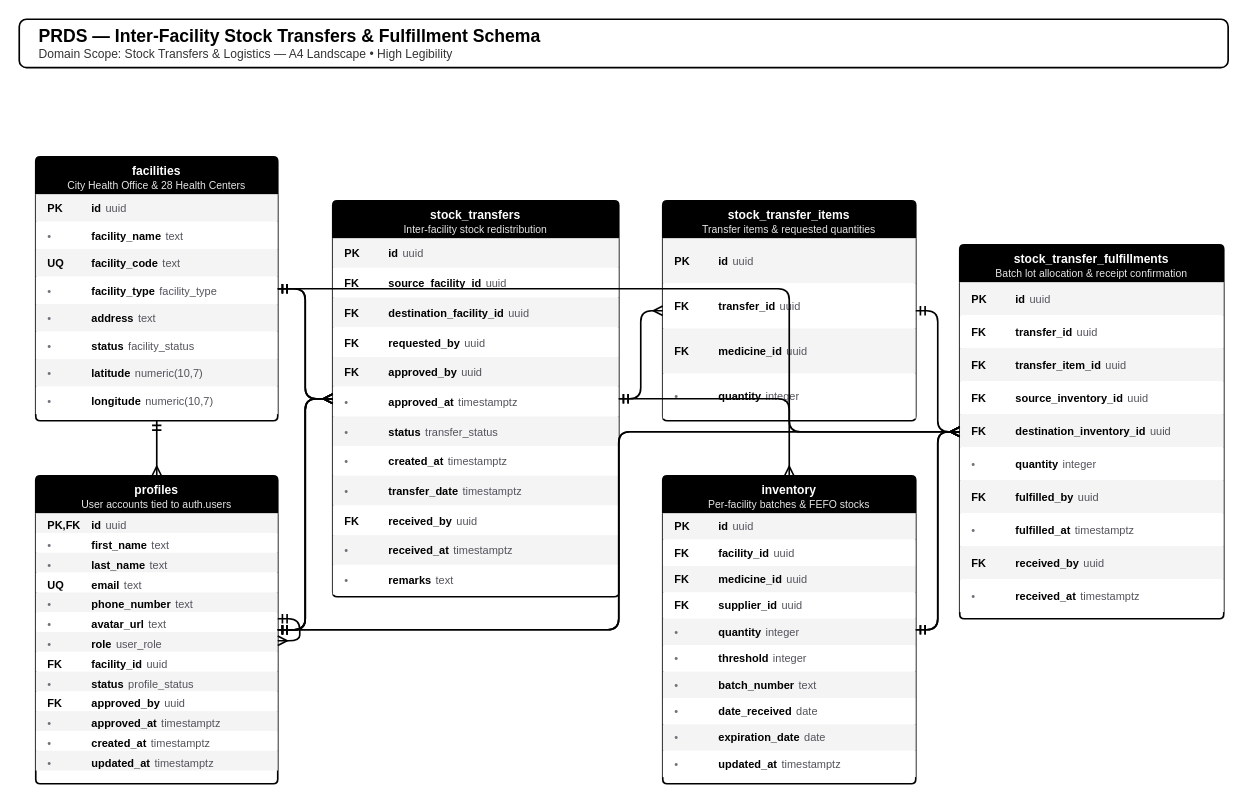
Earlier version of the draw.io diagram page "4. Stock Transfers & Logistics" (7 of 9) of database/prds_erd_schema_a4.drawio (jooossshhhhh/pharmaceutical-resources-distribution-system). Source tidied: cells renumbered, new cells numbered last; positions are measured from the earlier drawing's top-left corner, leaving out a move shared by most shapes. Both pictures are drawn from the tidied source at 110%, with x=0, y=0 at pixel (19, 19).
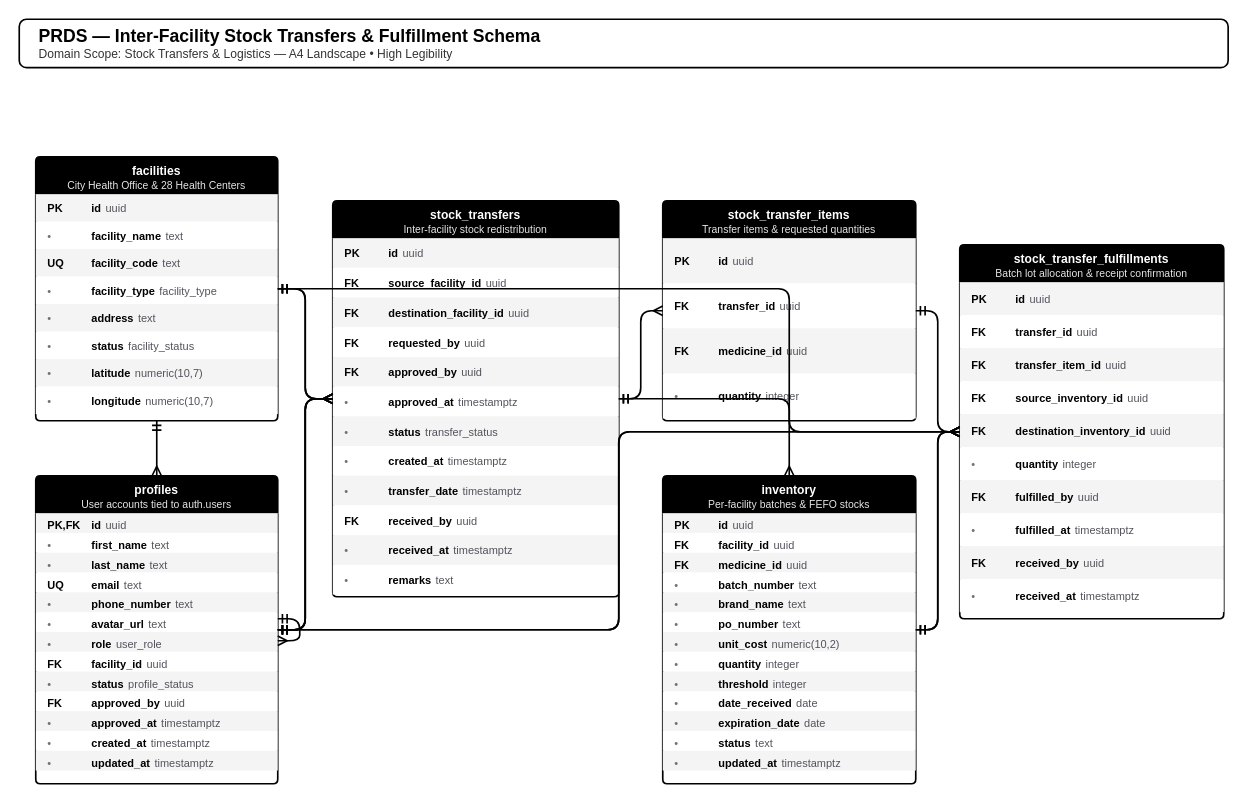
The same page after the edit.

Unchanged cells that the change refers to:
```xml
<mxCell id="26" value="&lt;b&gt;inventory&lt;/b&gt;&lt;br&gt;&lt;font style=&quot;font-size:9.5px;font-weight:normal;opacity:0.9;&quot;&gt;Per-facility batches &amp; FEFO stocks&lt;/font&gt;" style="swimlane;fontStyle=0;align=center;verticalAlign=top;horizontal=1;startSize=34;whiteSpace=wrap;html=1;fillColor=#000000;fontColor=#ffffff;strokeColor=#000000;strokeWidth=1.5;rounded=1;arcSize=4;shadow=0;fontSize=11;fontFamily=Helvetica;" parent="1" vertex="1">
  <mxGeometry x="585" y="415" width="230" height="280" as="geometry" />
</mxCell>
```

Change to the diagram source:
```diff
@@
     <mxCell id="27" value="&lt;table width=&quot;100%&quot; style=&quot;font-size:10px;font-family:Helvetica;&quot;&gt;&lt;tr&gt;&lt;td width=&quot;36&quot;&gt;&lt;b style=&quot;color:#000000;&quot;&gt;PK&lt;/b&gt;&lt;/td&gt;&lt;td&gt;&lt;b style=&quot;color:#000000;&quot;&gt;id&lt;/b&gt;&lt;/td&gt;&lt;td align=&quot;right&quot; style=&quot;color:#52525b;&quot;&gt;uuid&lt;/td&gt;&lt;/tr&gt;&lt;/table&gt;" style="text;strokeColor=none;fillColor=#f4f4f5;align=left;verticalAlign=middle;spacingLeft=6;spacingRight=6;overflow=hidden;whiteSpace=wrap;html=1;" parent="26" vertex="1">
-      <mxGeometry y="34" width="230" height="24" as="geometry" />
+      <mxGeometry y="34" width="230" height="18" as="geometry" />
     </mxCell>
     <mxCell id="28" value="&lt;table width=&quot;100%&quot; style=&quot;font-size:10px;font-family:Helvetica;&quot;&gt;&lt;tr&gt;&lt;td width=&quot;36&quot;&gt;&lt;b style=&quot;color:#000000;&quot;&gt;FK&lt;/b&gt;&lt;/td&gt;&lt;td&gt;&lt;b style=&quot;color:#000000;&quot;&gt;facility_id&lt;/b&gt;&lt;/td&gt;&lt;td align=&quot;right&quot; style=&quot;color:#52525b;&quot;&gt;uuid&lt;/td&gt;&lt;/tr&gt;&lt;/table&gt;" style="text;strokeColor=none;fillColor=#ffffff;align=left;verticalAlign=middle;spacingLeft=6;spacingRight=6;overflow=hidden;whiteSpace=wrap;html=1;" parent="26" vertex="1">
-      <mxGeometry y="58" width="230" height="24" as="geometry" />
+      <mxGeometry y="52" width="230" height="18" as="geometry" />
     </mxCell>
     <mxCell id="29" value="&lt;table width=&quot;100%&quot; style=&quot;font-size:10px;font-family:Helvetica;&quot;&gt;&lt;tr&gt;&lt;td width=&quot;36&quot;&gt;&lt;b style=&quot;color:#000000;&quot;&gt;FK&lt;/b&gt;&lt;/td&gt;&lt;td&gt;&lt;b style=&quot;color:#000000;&quot;&gt;medicine_id&lt;/b&gt;&lt;/td&gt;&lt;td align=&quot;right&quot; style=&quot;color:#52525b;&quot;&gt;uuid&lt;/td&gt;&lt;/tr&gt;&lt;/table&gt;" style="text;strokeColor=none;fillColor=#f4f4f5;align=left;verticalAlign=middle;spacingLeft=6;spacingRight=6;overflow=hidden;whiteSpace=wrap;html=1;" parent="26" vertex="1">
-      <mxGeometry y="82" width="230" height="24" as="geometry" />
+      <mxGeometry y="70" width="230" height="18" as="geometry" />
     </mxCell>
-    <mxCell id="30" value="&lt;table width=&quot;100%&quot; style=&quot;font-size:10px;font-family:Helvetica;&quot;&gt;&lt;tr&gt;&lt;td width=&quot;36&quot;&gt;&lt;b style=&quot;color:#000000;&quot;&gt;FK&lt;/b&gt;&lt;/td&gt;&lt;td&gt;&lt;b style=&quot;color:#000000;&quot;&gt;supplier_id&lt;/b&gt;&lt;/td&gt;&lt;td align=&quot;right&quot; style=&quot;color:#52525b;&quot;&gt;uuid&lt;/td&gt;&lt;/tr&gt;&lt;/table&gt;" style="text;strokeColor=none;fillColor=#ffffff;align=left;verticalAlign=middle;spacingLeft=6;spacingRight=6;overflow=hidden;whiteSpace=wrap;html=1;" parent="26" vertex="1">
-      <mxGeometry y="106" width="230" height="24" as="geometry" />
+    <mxCell id="30" value="&lt;table width=&quot;100%&quot; style=&quot;font-size:10px;font-family:Helvetica;&quot;&gt;&lt;tr&gt;&lt;td width=&quot;36&quot;&gt;&lt;span style=&quot;color:#71717a;&quot;&gt;•&lt;/span&gt;&lt;/td&gt;&lt;td&gt;&lt;b style=&quot;color:#000000;&quot;&gt;batch_number&lt;/b&gt;&lt;/td&gt;&lt;td align=&quot;right&quot; style=&quot;color:#52525b;&quot;&gt;text&lt;/td&gt;&lt;/tr&gt;&lt;/table&gt;" style="text;strokeColor=none;fillColor=#ffffff;align=left;verticalAlign=middle;spacingLeft=6;spacingRight=6;overflow=hidden;whiteSpace=wrap;html=1;" parent="26" vertex="1">
+      <mxGeometry y="88" width="230" height="18" as="geometry" />
     </mxCell>
-    <mxCell id="31" value="&lt;table width=&quot;100%&quot; style=&quot;font-size:10px;font-family:Helvetica;&quot;&gt;&lt;tr&gt;&lt;td width=&quot;36&quot;&gt;&lt;span style=&quot;color:#71717a;&quot;&gt;•&lt;/span&gt;&lt;/td&gt;&lt;td&gt;&lt;b style=&quot;color:#000000;&quot;&gt;quantity&lt;/b&gt;&lt;/td&gt;&lt;td align=&quot;right&quot; style=&quot;color:#52525b;&quot;&gt;integer&lt;/td&gt;&lt;/tr&gt;&lt;/table&gt;" style="text;strokeColor=none;fillColor=#f4f4f5;align=left;verticalAlign=middle;spacingLeft=6;spacingRight=6;overflow=hidden;whiteSpace=wrap;html=1;" parent="26" vertex="1">
-      <mxGeometry y="130" width="230" height="24" as="geometry" />
+    <mxCell id="31" value="&lt;table width=&quot;100%&quot; style=&quot;font-size:10px;font-family:Helvetica;&quot;&gt;&lt;tr&gt;&lt;td width=&quot;36&quot;&gt;&lt;span style=&quot;color:#71717a;&quot;&gt;•&lt;/span&gt;&lt;/td&gt;&lt;td&gt;&lt;b style=&quot;color:#000000;&quot;&gt;brand_name&lt;/b&gt;&lt;/td&gt;&lt;td align=&quot;right&quot; style=&quot;color:#52525b;&quot;&gt;text&lt;/td&gt;&lt;/tr&gt;&lt;/table&gt;" style="text;strokeColor=none;fillColor=#f4f4f5;align=left;verticalAlign=middle;spacingLeft=6;spacingRight=6;overflow=hidden;whiteSpace=wrap;html=1;" parent="26" vertex="1">
+      <mxGeometry y="106" width="230" height="18" as="geometry" />
     </mxCell>
-    <mxCell id="32" value="&lt;table width=&quot;100%&quot; style=&quot;font-size:10px;font-family:Helvetica;&quot;&gt;&lt;tr&gt;&lt;td width=&quot;36&quot;&gt;&lt;span style=&quot;color:#71717a;&quot;&gt;•&lt;/span&gt;&lt;/td&gt;&lt;td&gt;&lt;b style=&quot;color:#000000;&quot;&gt;threshold&lt;/b&gt;&lt;/td&gt;&lt;td align=&quot;right&quot; style=&quot;color:#52525b;&quot;&gt;integer&lt;/td&gt;&lt;/tr&gt;&lt;/table&gt;" style="text;strokeColor=none;fillColor=#ffffff;align=left;verticalAlign=middle;spacingLeft=6;spacingRight=6;overflow=hidden;whiteSpace=wrap;html=1;" parent="26" vertex="1">
-      <mxGeometry y="154" width="230" height="24" as="geometry" />
+    <mxCell id="32" value="&lt;table width=&quot;100%&quot; style=&quot;font-size:10px;font-family:Helvetica;&quot;&gt;&lt;tr&gt;&lt;td width=&quot;36&quot;&gt;&lt;span style=&quot;color:#71717a;&quot;&gt;•&lt;/span&gt;&lt;/td&gt;&lt;td&gt;&lt;b style=&quot;color:#000000;&quot;&gt;po_number&lt;/b&gt;&lt;/td&gt;&lt;td align=&quot;right&quot; style=&quot;color:#52525b;&quot;&gt;text&lt;/td&gt;&lt;/tr&gt;&lt;/table&gt;" style="text;strokeColor=none;fillColor=#ffffff;align=left;verticalAlign=middle;spacingLeft=6;spacingRight=6;overflow=hidden;whiteSpace=wrap;html=1;" parent="26" vertex="1">
+      <mxGeometry y="124" width="230" height="18" as="geometry" />
     </mxCell>
-    <mxCell id="33" value="&lt;table width=&quot;100%&quot; style=&quot;font-size:10px;font-family:Helvetica;&quot;&gt;&lt;tr&gt;&lt;td width=&quot;36&quot;&gt;&lt;span style=&quot;color:#71717a;&quot;&gt;•&lt;/span&gt;&lt;/td&gt;&lt;td&gt;&lt;b style=&quot;color:#000000;&quot;&gt;batch_number&lt;/b&gt;&lt;/td&gt;&lt;td align=&quot;right&quot; style=&quot;color:#52525b;&quot;&gt;text&lt;/td&gt;&lt;/tr&gt;&lt;/table&gt;" style="text;strokeColor=none;fillColor=#f4f4f5;align=left;verticalAlign=middle;spacingLeft=6;spacingRight=6;overflow=hidden;whiteSpace=wrap;html=1;" parent="26" vertex="1">
-      <mxGeometry y="178" width="230" height="24" as="geometry" />
+    <mxCell id="33" value="&lt;table width=&quot;100%&quot; style=&quot;font-size:10px;font-family:Helvetica;&quot;&gt;&lt;tr&gt;&lt;td width=&quot;36&quot;&gt;&lt;span style=&quot;color:#71717a;&quot;&gt;•&lt;/span&gt;&lt;/td&gt;&lt;td&gt;&lt;b style=&quot;color:#000000;&quot;&gt;unit_cost&lt;/b&gt;&lt;/td&gt;&lt;td align=&quot;right&quot; style=&quot;color:#52525b;&quot;&gt;numeric(10,2)&lt;/td&gt;&lt;/tr&gt;&lt;/table&gt;" style="text;strokeColor=none;fillColor=#f4f4f5;align=left;verticalAlign=middle;spacingLeft=6;spacingRight=6;overflow=hidden;whiteSpace=wrap;html=1;" parent="26" vertex="1">
+      <mxGeometry y="142" width="230" height="18" as="geometry" />
     </mxCell>
-    <mxCell id="34" value="&lt;table width=&quot;100%&quot; style=&quot;font-size:10px;font-family:Helvetica;&quot;&gt;&lt;tr&gt;&lt;td width=&quot;36&quot;&gt;&lt;span style=&quot;color:#71717a;&quot;&gt;•&lt;/span&gt;&lt;/td&gt;&lt;td&gt;&lt;b style=&quot;color:#000000;&quot;&gt;date_received&lt;/b&gt;&lt;/td&gt;&lt;td align=&quot;right&quot; style=&quot;color:#52525b;&quot;&gt;date&lt;/td&gt;&lt;/tr&gt;&lt;/table&gt;" style="text;strokeColor=none;fillColor=#ffffff;align=left;verticalAlign=middle;spacingLeft=6;spacingRight=6;overflow=hidden;whiteSpace=wrap;html=1;" parent="26" vertex="1">
-      <mxGeometry y="202" width="230" height="24" as="geometry" />
+    <mxCell id="34" value="&lt;table width=&quot;100%&quot; style=&quot;font-size:10px;font-family:Helvetica;&quot;&gt;&lt;tr&gt;&lt;td width=&quot;36&quot;&gt;&lt;span style=&quot;color:#71717a;&quot;&gt;•&lt;/span&gt;&lt;/td&gt;&lt;td&gt;&lt;b style=&quot;color:#000000;&quot;&gt;quantity&lt;/b&gt;&lt;/td&gt;&lt;td align=&quot;right&quot; style=&quot;color:#52525b;&quot;&gt;integer&lt;/td&gt;&lt;/tr&gt;&lt;/table&gt;" style="text;strokeColor=none;fillColor=#ffffff;align=left;verticalAlign=middle;spacingLeft=6;spacingRight=6;overflow=hidden;whiteSpace=wrap;html=1;" parent="26" vertex="1">
+      <mxGeometry y="160" width="230" height="18" as="geometry" />
     </mxCell>
-    <mxCell id="35" value="&lt;table width=&quot;100%&quot; style=&quot;font-size:10px;font-family:Helvetica;&quot;&gt;&lt;tr&gt;&lt;td width=&quot;36&quot;&gt;&lt;span style=&quot;color:#71717a;&quot;&gt;•&lt;/span&gt;&lt;/td&gt;&lt;td&gt;&lt;b style=&quot;color:#000000;&quot;&gt;expiration_date&lt;/b&gt;&lt;/td&gt;&lt;td align=&quot;right&quot; style=&quot;color:#52525b;&quot;&gt;date&lt;/td&gt;&lt;/tr&gt;&lt;/table&gt;" style="text;strokeColor=none;fillColor=#f4f4f5;align=left;verticalAlign=middle;spacingLeft=6;spacingRight=6;overflow=hidden;whiteSpace=wrap;html=1;" parent="26" vertex="1">
-      <mxGeometry y="226" width="230" height="24" as="geometry" />
+    <mxCell id="35" value="&lt;table width=&quot;100%&quot; style=&quot;font-size:10px;font-family:Helvetica;&quot;&gt;&lt;tr&gt;&lt;td width=&quot;36&quot;&gt;&lt;span style=&quot;color:#71717a;&quot;&gt;•&lt;/span&gt;&lt;/td&gt;&lt;td&gt;&lt;b style=&quot;color:#000000;&quot;&gt;threshold&lt;/b&gt;&lt;/td&gt;&lt;td align=&quot;right&quot; style=&quot;color:#52525b;&quot;&gt;integer&lt;/td&gt;&lt;/tr&gt;&lt;/table&gt;" style="text;strokeColor=none;fillColor=#f4f4f5;align=left;verticalAlign=middle;spacingLeft=6;spacingRight=6;overflow=hidden;whiteSpace=wrap;html=1;" parent="26" vertex="1">
+      <mxGeometry y="178" width="230" height="18" as="geometry" />
     </mxCell>
-    <mxCell id="36" value="&lt;table width=&quot;100%&quot; style=&quot;font-size:10px;font-family:Helvetica;&quot;&gt;&lt;tr&gt;&lt;td width=&quot;36&quot;&gt;&lt;span style=&quot;color:#71717a;&quot;&gt;•&lt;/span&gt;&lt;/td&gt;&lt;td&gt;&lt;b style=&quot;color:#000000;&quot;&gt;updated_at&lt;/b&gt;&lt;/td&gt;&lt;td align=&quot;right&quot; style=&quot;color:#52525b;&quot;&gt;timestamptz&lt;/td&gt;&lt;/tr&gt;&lt;/table&gt;" style="text;strokeColor=none;fillColor=#ffffff;align=left;verticalAlign=middle;spacingLeft=6;spacingRight=6;overflow=hidden;whiteSpace=wrap;html=1;" parent="26" vertex="1">
-      <mxGeometry y="250" width="230" height="24" as="geometry" />
+    <mxCell id="36" value="&lt;table width=&quot;100%&quot; style=&quot;font-size:10px;font-family:Helvetica;&quot;&gt;&lt;tr&gt;&lt;td width=&quot;36&quot;&gt;&lt;span style=&quot;color:#71717a;&quot;&gt;•&lt;/span&gt;&lt;/td&gt;&lt;td&gt;&lt;b style=&quot;color:#000000;&quot;&gt;date_received&lt;/b&gt;&lt;/td&gt;&lt;td align=&quot;right&quot; style=&quot;color:#52525b;&quot;&gt;date&lt;/td&gt;&lt;/tr&gt;&lt;/table&gt;" style="text;strokeColor=none;fillColor=#ffffff;align=left;verticalAlign=middle;spacingLeft=6;spacingRight=6;overflow=hidden;whiteSpace=wrap;html=1;" parent="26" vertex="1">
+      <mxGeometry y="196" width="230" height="18" as="geometry" />
     </mxCell>
+    <mxCell id="81" value="&lt;table width=&quot;100%&quot; style=&quot;font-size:10px;font-family:Helvetica;&quot;&gt;&lt;tr&gt;&lt;td width=&quot;36&quot;&gt;&lt;span style=&quot;color:#71717a;&quot;&gt;•&lt;/span&gt;&lt;/td&gt;&lt;td&gt;&lt;b style=&quot;color:#000000;&quot;&gt;expiration_date&lt;/b&gt;&lt;/td&gt;&lt;td align=&quot;right&quot; style=&quot;color:#52525b;&quot;&gt;date&lt;/td&gt;&lt;/tr&gt;&lt;/table&gt;" style="text;strokeColor=none;fillColor=#f4f4f5;align=left;verticalAlign=middle;spacingLeft=6;spacingRight=6;overflow=hidden;whiteSpace=wrap;html=1;" parent="26" vertex="1">
+      <mxGeometry y="214" width="230" height="18" as="geometry" />
+    </mxCell>
+    <mxCell id="82" value="&lt;table width=&quot;100%&quot; style=&quot;font-size:10px;font-family:Helvetica;&quot;&gt;&lt;tr&gt;&lt;td width=&quot;36&quot;&gt;&lt;span style=&quot;color:#71717a;&quot;&gt;•&lt;/span&gt;&lt;/td&gt;&lt;td&gt;&lt;b style=&quot;color:#000000;&quot;&gt;status&lt;/b&gt;&lt;/td&gt;&lt;td align=&quot;right&quot; style=&quot;color:#52525b;&quot;&gt;text&lt;/td&gt;&lt;/tr&gt;&lt;/table&gt;" style="text;strokeColor=none;fillColor=#ffffff;align=left;verticalAlign=middle;spacingLeft=6;spacingRight=6;overflow=hidden;whiteSpace=wrap;html=1;" parent="26" vertex="1">
+      <mxGeometry y="232" width="230" height="18" as="geometry" />
+    </mxCell>
+    <mxCell id="83" value="&lt;table width=&quot;100%&quot; style=&quot;font-size:10px;font-family:Helvetica;&quot;&gt;&lt;tr&gt;&lt;td width=&quot;36&quot;&gt;&lt;span style=&quot;color:#71717a;&quot;&gt;•&lt;/span&gt;&lt;/td&gt;&lt;td&gt;&lt;b style=&quot;color:#000000;&quot;&gt;updated_at&lt;/b&gt;&lt;/td&gt;&lt;td align=&quot;right&quot; style=&quot;color:#52525b;&quot;&gt;timestamptz&lt;/td&gt;&lt;/tr&gt;&lt;/table&gt;" style="text;strokeColor=none;fillColor=#f4f4f5;align=left;verticalAlign=middle;spacingLeft=6;spacingRight=6;overflow=hidden;whiteSpace=wrap;html=1;" parent="26" vertex="1">
+      <mxGeometry y="250" width="230" height="18" as="geometry" />
+    </mxCell>
```
